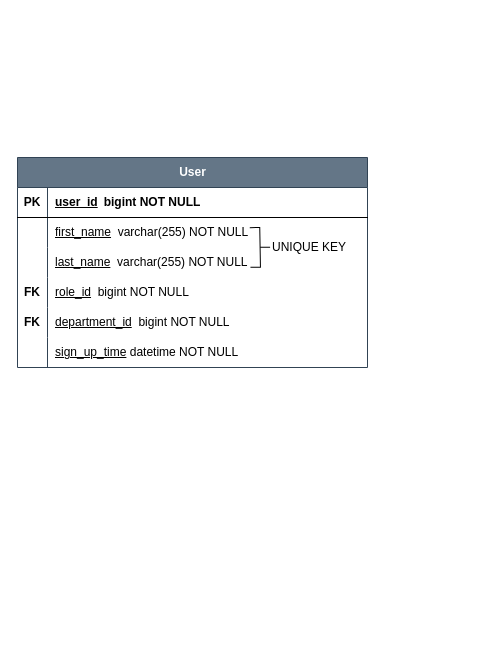
Before: page "user" (6 of 35) of doc/ERD.drawio in program-madman/IIT-CMS, a draw.io diagram. Source tidied: cells renumbered, new cells numbered last; positions are measured from the earlier drawing's top-left corner, leaving out a move shared by most shapes. Both pictures are drawn from the tidied source at 100%, with x=0, y=0 at pixel (17, 157).
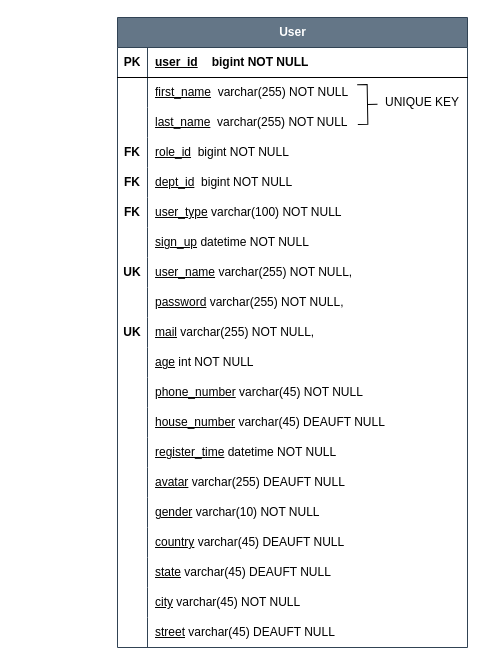
Above is the later version.

The change refers to these unchanged cells:
```xml
<mxCell id="15" style="shape=tableRow;horizontal=0;startSize=0;swimlaneHead=0;swimlaneBody=0;fillColor=none;top=0;left=0;right=0;bottom=0;" parent="2" vertex="1">
  <mxGeometry y="150" width="350" height="30" as="geometry" />
</mxCell>
```

Diff of the diagram source:
```diff
@@
     <mxCell id="2" value="User" style="shape=table;startSize=30;childLayout=tableLayout;rowLines=0;fontStyle=1;align=center;html=1;fillColor=#647687;fontColor=#ffffff;strokeColor=#314354;" parent="1" vertex="1">
-      <mxGeometry width="350" height="210" as="geometry" />
+      <mxGeometry x="100" y="-140" width="350" height="630" as="geometry" />
     </mxCell>
@@
-    <mxCell id="17" value="&lt;u&gt;department_id&lt;/u&gt;&amp;nbsp;&amp;nbsp;bigint NOT NULL" style="shape=partialRectangle;fillColor=none;top=0;left=0;bottom=0;right=0;align=left;spacingLeft=6;overflow=hidden;whiteSpace=wrap;html=1;" parent="15" vertex="1">
+    <mxCell id="17" value="&lt;u&gt;dept_id&lt;/u&gt;&amp;nbsp;&amp;nbsp;bigint NOT NULL" style="shape=partialRectangle;fillColor=none;top=0;left=0;bottom=0;right=0;align=left;spacingLeft=6;overflow=hidden;whiteSpace=wrap;html=1;" parent="15" vertex="1">
       <mxGeometry x="30" width="320" height="30" as="geometry" />
     </mxCell>
+    <mxCell id="24" style="shape=tableRow;horizontal=0;startSize=0;swimlaneHead=0;swimlaneBody=0;fillColor=none;top=0;left=0;right=0;bottom=0;" parent="2" vertex="1">
+      <mxGeometry y="180" width="350" height="30" as="geometry" />
+    </mxCell>
+    <mxCell id="25" value="&lt;b style=&quot;border-color: var(--border-color);&quot;&gt;FK&lt;/b&gt;" style="shape=partialRectangle;fillColor=none;top=0;left=0;bottom=0;right=0;overflow=hidden;whiteSpace=wrap;html=1;" parent="24" vertex="1">
+      <mxGeometry width="30" height="30" as="geometry" />
+    </mxCell>
+    <mxCell id="26" value="&lt;u&gt;user_type&lt;/u&gt; varchar(100) NOT NULL" style="shape=partialRectangle;fillColor=none;top=0;left=0;bottom=0;right=0;align=left;spacingLeft=6;overflow=hidden;whiteSpace=wrap;html=1;" parent="24" vertex="1">
+      <mxGeometry x="30" width="320" height="30" as="geometry" />
+    </mxCell>
     <mxCell id="18" style="shape=tableRow;horizontal=0;startSize=0;swimlaneHead=0;swimlaneBody=0;fillColor=none;top=0;left=0;right=0;bottom=0;" parent="2" vertex="1">
-      <mxGeometry y="180" width="350" height="30" as="geometry" />
+      <mxGeometry y="210" width="350" height="30" as="geometry" />
     </mxCell>
@@
-    <mxCell id="20" value="&lt;u&gt;sign_up_time&lt;/u&gt;&amp;nbsp;datetime NOT NULL" style="shape=partialRectangle;fillColor=none;top=0;left=0;bottom=0;right=0;align=left;spacingLeft=6;overflow=hidden;whiteSpace=wrap;html=1;" parent="18" vertex="1">
+    <mxCell id="20" value="&lt;u&gt;sign_up&lt;/u&gt;&amp;nbsp;datetime NOT NULL" style="shape=partialRectangle;fillColor=none;top=0;left=0;bottom=0;right=0;align=left;spacingLeft=6;overflow=hidden;whiteSpace=wrap;html=1;" parent="18" vertex="1">
       <mxGeometry x="30" width="320" height="30" as="geometry" />
     </mxCell>
+    <mxCell id="27" style="shape=tableRow;horizontal=0;startSize=0;swimlaneHead=0;swimlaneBody=0;fillColor=none;top=0;left=0;right=0;bottom=0;" parent="2" vertex="1">
+      <mxGeometry y="240" width="350" height="30" as="geometry" />
+    </mxCell>
+    <mxCell id="28" value="&lt;b&gt;UK&lt;/b&gt;" style="shape=partialRectangle;fillColor=none;top=0;left=0;bottom=0;right=0;overflow=hidden;whiteSpace=wrap;html=1;" parent="27" vertex="1">
+      <mxGeometry width="30" height="30" as="geometry" />
+    </mxCell>
+    <mxCell id="29" value="&lt;u&gt;user_name&lt;/u&gt;&amp;nbsp;varchar(255) NOT NULL," style="shape=partialRectangle;fillColor=none;top=0;left=0;bottom=0;right=0;align=left;spacingLeft=6;overflow=hidden;whiteSpace=wrap;html=1;" parent="27" vertex="1">
+      <mxGeometry x="30" width="320" height="30" as="geometry" />
+    </mxCell>
+    <mxCell id="30" style="shape=tableRow;horizontal=0;startSize=0;swimlaneHead=0;swimlaneBody=0;fillColor=none;top=0;left=0;right=0;bottom=0;" parent="2" vertex="1">
+      <mxGeometry y="270" width="350" height="30" as="geometry" />
+    </mxCell>
+    <mxCell id="31" style="shape=partialRectangle;fillColor=none;top=0;left=0;bottom=0;right=0;overflow=hidden;whiteSpace=wrap;html=1;" parent="30" vertex="1">
+      <mxGeometry width="30" height="30" as="geometry" />
+    </mxCell>
+    <mxCell id="32" value="&lt;u style=&quot;border-color: var(--border-color);&quot;&gt;password&lt;/u&gt;&amp;nbsp;varchar(255) NOT NULL," style="shape=partialRectangle;fillColor=none;top=0;left=0;bottom=0;right=0;align=left;spacingLeft=6;overflow=hidden;whiteSpace=wrap;html=1;" parent="30" vertex="1">
+      <mxGeometry x="30" width="320" height="30" as="geometry" />
+    </mxCell>
+    <mxCell id="33" style="shape=tableRow;horizontal=0;startSize=0;swimlaneHead=0;swimlaneBody=0;fillColor=none;top=0;left=0;right=0;bottom=0;" parent="2" vertex="1">
+      <mxGeometry y="300" width="350" height="30" as="geometry" />
+    </mxCell>
+    <mxCell id="34" value="&lt;b style=&quot;border-color: var(--border-color);&quot;&gt;UK&lt;/b&gt;" style="shape=partialRectangle;fillColor=none;top=0;left=0;bottom=0;right=0;overflow=hidden;whiteSpace=wrap;html=1;" parent="33" vertex="1">
+      <mxGeometry width="30" height="30" as="geometry" />
+    </mxCell>
+    <mxCell id="35" value="&lt;u&gt;mail&lt;/u&gt; varchar(255) NOT NULL," style="shape=partialRectangle;fillColor=none;top=0;left=0;bottom=0;right=0;align=left;spacingLeft=6;overflow=hidden;whiteSpace=wrap;html=1;" parent="33" vertex="1">
+      <mxGeometry x="30" width="320" height="30" as="geometry" />
+    </mxCell>
+    <mxCell id="36" style="shape=tableRow;horizontal=0;startSize=0;swimlaneHead=0;swimlaneBody=0;fillColor=none;top=0;left=0;right=0;bottom=0;" parent="2" vertex="1">
+      <mxGeometry y="330" width="350" height="30" as="geometry" />
+    </mxCell>
+    <mxCell id="37" style="shape=partialRectangle;fillColor=none;top=0;left=0;bottom=0;right=0;overflow=hidden;whiteSpace=wrap;html=1;" parent="36" vertex="1">
+      <mxGeometry width="30" height="30" as="geometry" />
+    </mxCell>
+    <mxCell id="38" value="&lt;u style=&quot;border-color: var(--border-color);&quot;&gt;age&lt;/u&gt;&amp;nbsp;int NOT NULL" style="shape=partialRectangle;fillColor=none;top=0;left=0;bottom=0;right=0;align=left;spacingLeft=6;overflow=hidden;whiteSpace=wrap;html=1;" parent="36" vertex="1">
+      <mxGeometry x="30" width="320" height="30" as="geometry" />
+    </mxCell>
+    <mxCell id="39" style="shape=tableRow;horizontal=0;startSize=0;swimlaneHead=0;swimlaneBody=0;fillColor=none;top=0;left=0;right=0;bottom=0;" parent="2" vertex="1">
+      <mxGeometry y="360" width="350" height="30" as="geometry" />
+    </mxCell>
+    <mxCell id="40" style="shape=partialRectangle;fillColor=none;top=0;left=0;bottom=0;right=0;overflow=hidden;whiteSpace=wrap;html=1;" parent="39" vertex="1">
+      <mxGeometry width="30" height="30" as="geometry" />
+    </mxCell>
+    <mxCell id="41" value="&lt;u style=&quot;border-color: var(--border-color);&quot;&gt;phone_number&lt;/u&gt;&amp;nbsp;varchar(45)&amp;nbsp;NOT NULL" style="shape=partialRectangle;fillColor=none;top=0;left=0;bottom=0;right=0;align=left;spacingLeft=6;overflow=hidden;whiteSpace=wrap;html=1;" parent="39" vertex="1">
+      <mxGeometry x="30" width="320" height="30" as="geometry" />
+    </mxCell>
+    <mxCell id="42" style="shape=tableRow;horizontal=0;startSize=0;swimlaneHead=0;swimlaneBody=0;fillColor=none;top=0;left=0;right=0;bottom=0;" parent="2" vertex="1">
+      <mxGeometry y="390" width="350" height="30" as="geometry" />
+    </mxCell>
+    <mxCell id="43" style="shape=partialRectangle;fillColor=none;top=0;left=0;bottom=0;right=0;overflow=hidden;whiteSpace=wrap;html=1;" parent="42" vertex="1">
+      <mxGeometry width="30" height="30" as="geometry" />
+    </mxCell>
+    <mxCell id="44" value="&lt;u style=&quot;border-color: var(--border-color);&quot;&gt;house_number&lt;/u&gt;&amp;nbsp;varchar(45) DEAUFT NULL" style="shape=partialRectangle;fillColor=none;top=0;left=0;bottom=0;right=0;align=left;spacingLeft=6;overflow=hidden;whiteSpace=wrap;html=1;" parent="42" vertex="1">
+      <mxGeometry x="30" width="320" height="30" as="geometry" />
+    </mxCell>
+    <mxCell id="45" style="shape=tableRow;horizontal=0;startSize=0;swimlaneHead=0;swimlaneBody=0;fillColor=none;top=0;left=0;right=0;bottom=0;" parent="2" vertex="1">
+      <mxGeometry y="420" width="350" height="30" as="geometry" />
+    </mxCell>
+    <mxCell id="46" style="shape=partialRectangle;fillColor=none;top=0;left=0;bottom=0;right=0;overflow=hidden;whiteSpace=wrap;html=1;" parent="45" vertex="1">
+      <mxGeometry width="30" height="30" as="geometry" />
+    </mxCell>
+    <mxCell id="47" value="&lt;u style=&quot;border-color: var(--border-color);&quot;&gt;register_time&lt;/u&gt;&amp;nbsp;datetime NOT NULL" style="shape=partialRectangle;fillColor=none;top=0;left=0;bottom=0;right=0;align=left;spacingLeft=6;overflow=hidden;whiteSpace=wrap;html=1;" parent="45" vertex="1">
+      <mxGeometry x="30" width="320" height="30" as="geometry" />
+    </mxCell>
+    <mxCell id="48" style="shape=tableRow;horizontal=0;startSize=0;swimlaneHead=0;swimlaneBody=0;fillColor=none;top=0;left=0;right=0;bottom=0;" parent="2" vertex="1">
+      <mxGeometry y="450" width="350" height="30" as="geometry" />
+    </mxCell>
+    <mxCell id="49" style="shape=partialRectangle;fillColor=none;top=0;left=0;bottom=0;right=0;overflow=hidden;whiteSpace=wrap;html=1;" parent="48" vertex="1">
+      <mxGeometry width="30" height="30" as="geometry" />
+    </mxCell>
+    <mxCell id="50" value="&lt;u style=&quot;border-color: var(--border-color);&quot;&gt;avatar&lt;/u&gt;&amp;nbsp;varchar(255) DEAUFT NULL" style="shape=partialRectangle;fillColor=none;top=0;left=0;bottom=0;right=0;align=left;spacingLeft=6;overflow=hidden;whiteSpace=wrap;html=1;" parent="48" vertex="1">
+      <mxGeometry x="30" width="320" height="30" as="geometry" />
+    </mxCell>
+    <mxCell id="51" style="shape=tableRow;horizontal=0;startSize=0;swimlaneHead=0;swimlaneBody=0;fillColor=none;top=0;left=0;right=0;bottom=0;" parent="2" vertex="1">
+      <mxGeometry y="480" width="350" height="30" as="geometry" />
+    </mxCell>
+    <mxCell id="52" style="shape=partialRectangle;fillColor=none;top=0;left=0;bottom=0;right=0;overflow=hidden;whiteSpace=wrap;html=1;" parent="51" vertex="1">
+      <mxGeometry width="30" height="30" as="geometry" />
+    </mxCell>
+    <mxCell id="53" value="&lt;u style=&quot;border-color: var(--border-color);&quot;&gt;gender&lt;/u&gt;&amp;nbsp;varchar(10) NOT NULL" style="shape=partialRectangle;fillColor=none;top=0;left=0;bottom=0;right=0;align=left;spacingLeft=6;overflow=hidden;whiteSpace=wrap;html=1;" parent="51" vertex="1">
+      <mxGeometry x="30" width="320" height="30" as="geometry" />
+    </mxCell>
+    <mxCell id="54" style="shape=tableRow;horizontal=0;startSize=0;swimlaneHead=0;swimlaneBody=0;fillColor=none;top=0;left=0;right=0;bottom=0;" parent="2" vertex="1">
+      <mxGeometry y="510" width="350" height="30" as="geometry" />
+    </mxCell>
+    <mxCell id="55" style="shape=partialRectangle;fillColor=none;top=0;left=0;bottom=0;right=0;overflow=hidden;whiteSpace=wrap;html=1;" parent="54" vertex="1">
+      <mxGeometry width="30" height="30" as="geometry" />
+    </mxCell>
+    <mxCell id="56" value="&lt;u style=&quot;border-color: var(--border-color);&quot;&gt;country&lt;/u&gt;&amp;nbsp;varchar(45) DEAUFT NULL" style="shape=partialRectangle;fillColor=none;top=0;left=0;bottom=0;right=0;align=left;spacingLeft=6;overflow=hidden;whiteSpace=wrap;html=1;" parent="54" vertex="1">
+      <mxGeometry x="30" width="320" height="30" as="geometry" />
+    </mxCell>
+    <mxCell id="57" style="shape=tableRow;horizontal=0;startSize=0;swimlaneHead=0;swimlaneBody=0;fillColor=none;top=0;left=0;right=0;bottom=0;" parent="2" vertex="1">
+      <mxGeometry y="540" width="350" height="30" as="geometry" />
+    </mxCell>
+    <mxCell id="58" style="shape=partialRectangle;fillColor=none;top=0;left=0;bottom=0;right=0;overflow=hidden;whiteSpace=wrap;html=1;" parent="57" vertex="1">
+      <mxGeometry width="30" height="30" as="geometry" />
+    </mxCell>
+    <mxCell id="59" value="&lt;u style=&quot;border-color: var(--border-color);&quot;&gt;state&lt;/u&gt;&amp;nbsp;varchar(45)&amp;nbsp;DEAUFT NULL" style="shape=partialRectangle;fillColor=none;top=0;left=0;bottom=0;right=0;align=left;spacingLeft=6;overflow=hidden;whiteSpace=wrap;html=1;" parent="57" vertex="1">
+      <mxGeometry x="30" width="320" height="30" as="geometry" />
+    </mxCell>
+    <mxCell id="60" style="shape=tableRow;horizontal=0;startSize=0;swimlaneHead=0;swimlaneBody=0;fillColor=none;top=0;left=0;right=0;bottom=0;" parent="2" vertex="1">
+      <mxGeometry y="570" width="350" height="30" as="geometry" />
+    </mxCell>
+    <mxCell id="61" style="shape=partialRectangle;fillColor=none;top=0;left=0;bottom=0;right=0;overflow=hidden;whiteSpace=wrap;html=1;" parent="60" vertex="1">
+      <mxGeometry width="30" height="30" as="geometry" />
+    </mxCell>
+    <mxCell id="62" value="&lt;u style=&quot;border-color: var(--border-color);&quot;&gt;city&lt;/u&gt;&amp;nbsp;varchar(45)&amp;nbsp;NOT NULL" style="shape=partialRectangle;fillColor=none;top=0;left=0;bottom=0;right=0;align=left;spacingLeft=6;overflow=hidden;whiteSpace=wrap;html=1;" parent="60" vertex="1">
+      <mxGeometry x="30" width="320" height="30" as="geometry" />
+    </mxCell>
+    <mxCell id="63" style="shape=tableRow;horizontal=0;startSize=0;swimlaneHead=0;swimlaneBody=0;fillColor=none;top=0;left=0;right=0;bottom=0;" parent="2" vertex="1">
+      <mxGeometry y="600" width="350" height="30" as="geometry" />
+    </mxCell>
+    <mxCell id="64" style="shape=partialRectangle;fillColor=none;top=0;left=0;bottom=0;right=0;overflow=hidden;whiteSpace=wrap;html=1;" parent="63" vertex="1">
+      <mxGeometry width="30" height="30" as="geometry" />
+    </mxCell>
+    <mxCell id="65" value="&lt;u style=&quot;border-color: var(--border-color);&quot;&gt;street&lt;/u&gt;&amp;nbsp;varchar(45)&amp;nbsp;DEAUFT NULL" style="shape=partialRectangle;fillColor=none;top=0;left=0;bottom=0;right=0;align=left;spacingLeft=6;overflow=hidden;whiteSpace=wrap;html=1;" parent="63" vertex="1">
+      <mxGeometry x="30" width="320" height="30" as="geometry" />
+    </mxCell>
     <mxCell id="21" style="strokeWidth=1;html=1;shape=mxgraph.flowchart.annotation_2;align=left;labelPosition=right;rotation=-181;" parent="1" vertex="1">
-      <mxGeometry x="232.6" y="70" width="20" height="39.7" as="geometry" />
+      <mxGeometry x="340" y="-72.9" width="20" height="39.7" as="geometry" />
     </mxCell>
     <mxCell id="22" value="UNIQUE KEY" style="text;html=1;strokeColor=none;fillColor=none;align=center;verticalAlign=middle;whiteSpace=wrap;rounded=0;" parent="1" vertex="1">
-      <mxGeometry x="247" y="74.9" width="90" height="30" as="geometry" />
+      <mxGeometry x="360" y="-70" width="90" height="30" as="geometry" />
     </mxCell>
     <mxCell id="23" value="bigint NOT NULL" style="text;html=1;strokeColor=none;fillColor=none;align=center;verticalAlign=middle;whiteSpace=wrap;rounded=0;fontStyle=1;" parent="1" vertex="1">
-      <mxGeometry x="70" y="30" width="130" height="30" as="geometry" />
+      <mxGeometry x="177.6" y="-110" width="130" height="30" as="geometry" />
     </mxCell>
```
